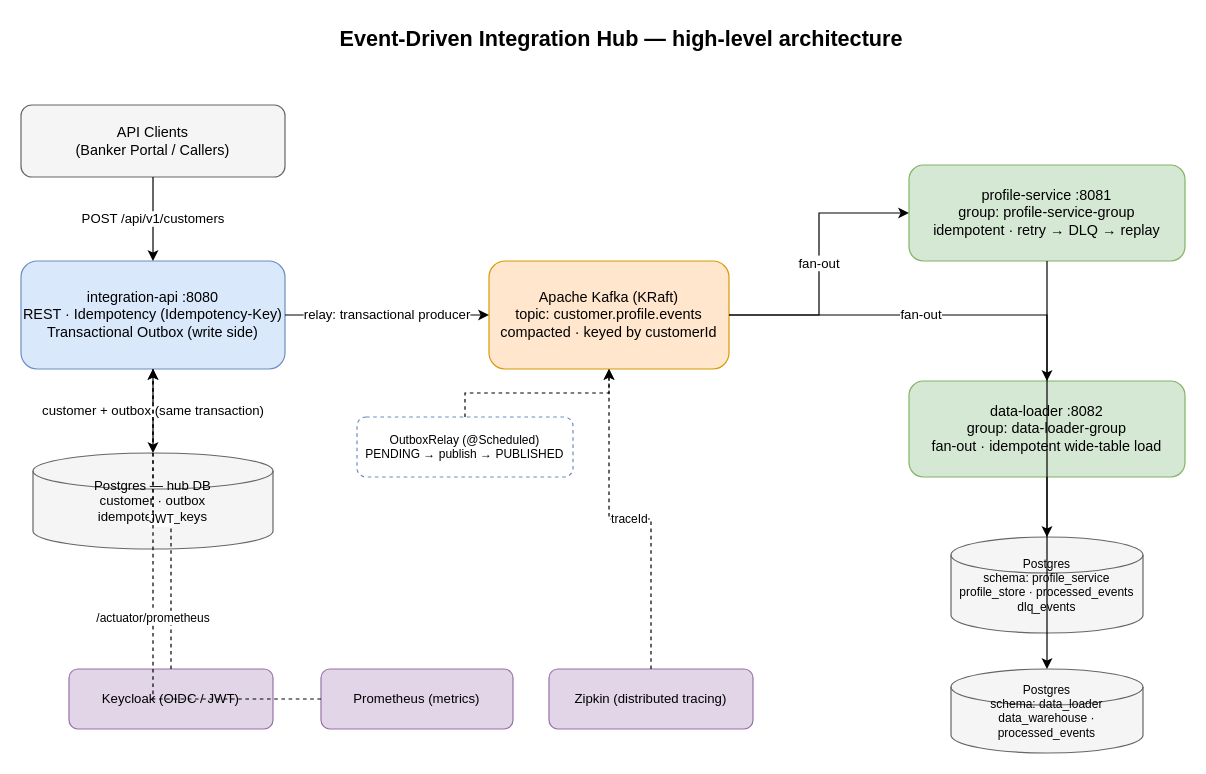
Above: docs/architecture.drawio in Bellick-Jiao/event-driven-integration-hub (draw.io), before the change. Source tidied: cells renumbered, new cells numbered last; positions are measured from the earlier drawing's top-left corner, leaving out a move shared by most shapes. Both pictures are drawn from the tidied source at 120%, with x=0, y=0 at pixel (20, 20).
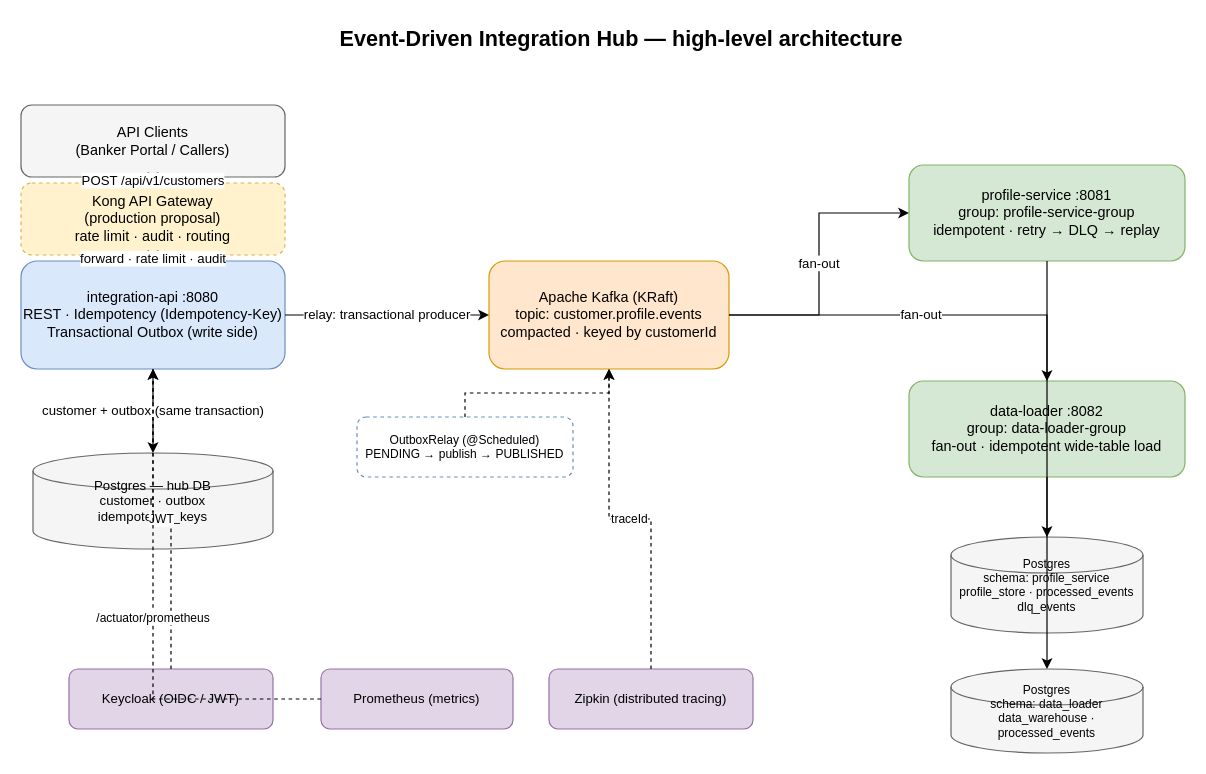
After the change.

Commit message (it also covers changes not shown here):
docs: add API ecosystem section + gateway node in architecture diagrams

The change refers to these unchanged cells:
```xml
<mxCell id="3" value="API Clients&#10;(Banker Portal / Callers)" style="rounded=1;whiteSpace=wrap;html=1;fillColor=#f5f5f5;strokeColor=#666666;fontSize=12;" parent="1" vertex="1">
  <mxGeometry y="70" width="220" height="60" as="geometry" />
</mxCell>
<mxCell id="4" value="integration-api  :8080&#10;REST · Idempotency (Idempotency-Key)&#10;Transactional Outbox (write side)" style="rounded=1;whiteSpace=wrap;html=1;fillColor=#dae8fc;strokeColor=#6c8ebf;fontSize=12;align=center;" parent="1" vertex="1">
  <mxGeometry y="200" width="220" height="90" as="geometry" />
</mxCell>
```

The edit, as a diff of the source:
```diff
@@
+    <mxCell id="26" value="Kong API Gateway&#10;(production proposal)&#10;rate limit · audit · routing" style="rounded=1;whiteSpace=wrap;html=1;fillColor=#fff2cc;strokeColor=#d6b656;dashed=1;fontSize=12;" parent="1" vertex="1">
+      <mxGeometry y="135" width="220" height="60" as="geometry" />
+    </mxCell>
@@
-    <mxCell id="15" value="POST /api/v1/customers" style="edgeStyle=orthogonalEdgeStyle;rounded=0;html=1;fontSize=11;exitX=0.5;exitY=1;exitDx=0;exitDy=0;entryX=0.5;entryY=0;entryDx=0;entryDy=0;" parent="1" edge="1" source="3" target="4">
+    <mxCell id="15" value="POST /api/v1/customers" style="edgeStyle=orthogonalEdgeStyle;rounded=0;html=1;fontSize=11;exitX=0.5;exitY=1;exitDx=0;exitDy=0;entryX=0.5;entryY=0;entryDx=0;entryDy=0;" parent="1" edge="1" source="3" target="26">
       <mxGeometry relative="1" as="geometry" />
     </mxCell>
+    <mxCell id="27" value="forward · rate limit · audit" style="edgeStyle=orthogonalEdgeStyle;rounded=0;html=1;fontSize=11;exitX=0.5;exitY=1;exitDx=0;exitDy=0;entryX=0.5;entryY=0;entryDx=0;entryDy=0;" parent="1" edge="1" source="26" target="4">
+      <mxGeometry relative="1" as="geometry" />
+    </mxCell>
```
